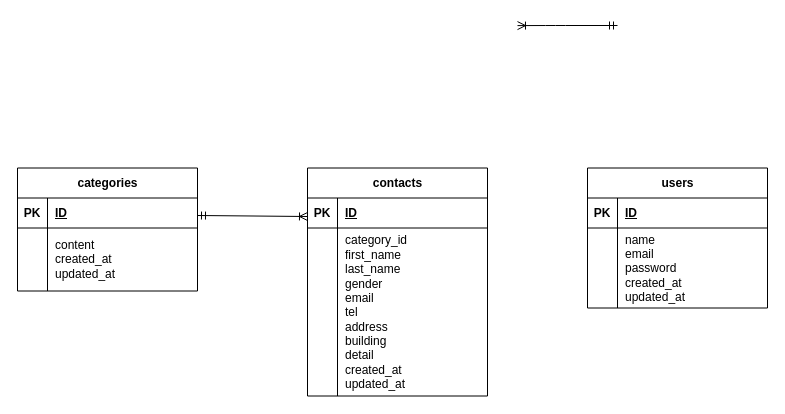
Earlier version of the draw.io diagram contact.drawio (sara-1003/contact-formtest). Source tidied: cells renumbered, new cells numbered last; positions are measured from the earlier drawing's top-left corner, leaving out a move shared by most shapes. Both pictures are drawn from the tidied source at 100%, with x=0, y=0 at pixel (17, 25).
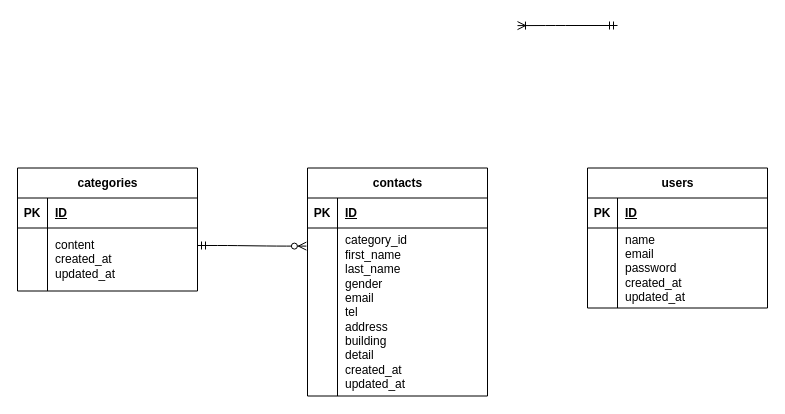
Above is the later version.

Diff of the diagram source:
```diff
@@
-    <mxCell id="23" style="fontSize=12;html=1;endArrow=ERoneToMany;startArrow=ERmandOne;" parent="1" edge="1">
-      <mxGeometry relative="1" as="geometry">
-        <mxPoint x="180" y="190" as="sourcePoint" />
-        <mxPoint x="290" y="191" as="targetPoint" />
-      </mxGeometry>
-    </mxCell>
@@
+    <mxCell id="25" style="edgeStyle=entityRelationEdgeStyle;fontSize=12;html=1;endArrow=ERzeroToMany;startArrow=ERmandOne;entryX=-0.006;entryY=0.167;entryDx=0;entryDy=0;entryPerimeter=0;" parent="1" edge="1">
+      <mxGeometry relative="1" as="geometry">
+        <mxPoint x="180" y="220" as="sourcePoint" />
+        <mxPoint x="288.9" y="220.6" as="targetPoint" />
+      </mxGeometry>
+    </mxCell>
```
